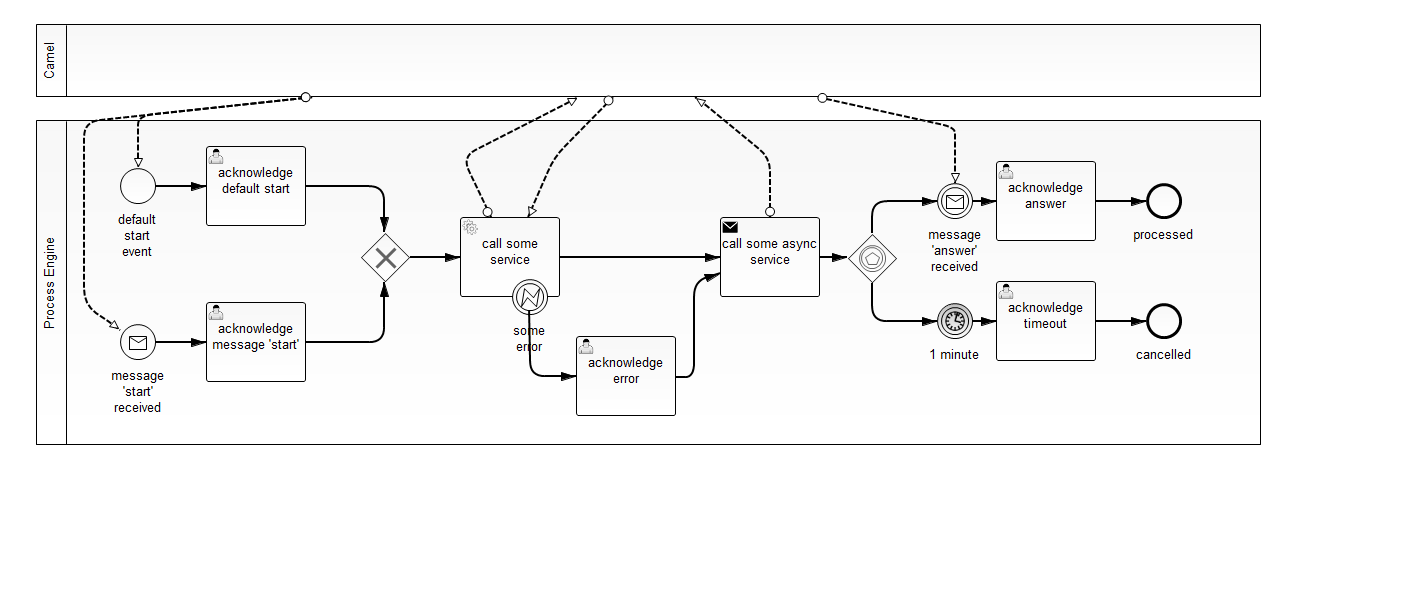
Earlier version of the BPMN export camel-use-cases/src/main/resources/camel-use-cases.png (camunda-consulting/camunda-7-code-examples). Its source is kept beside it as camel-use-cases/src/main/resources/camel-use-cases.bpmn. Ids are renumbered.
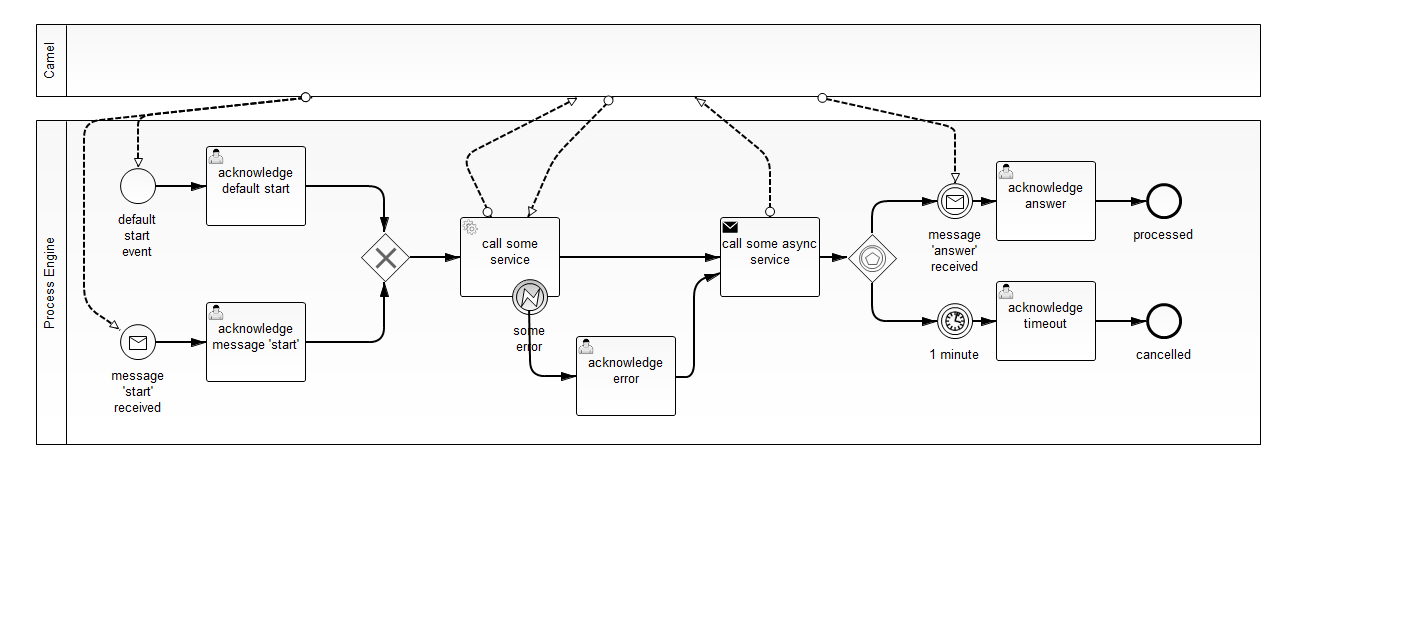
Above is the later version.

Commit message:
added readme, added routeId's, fixed error handling

What changed in the source:
```diff
@@ -1,4 +1,4 @@
-<bpmn2:definitions xmlns:xsi="http://www.w3.org/2001/XMLSchema-instance" xmlns:activiti="http://activiti.org/bpmn" xmlns:bpmn2="http://www.omg.org/spec/BPMN/20100524/MODEL" xmlns:bpmndi="http://www.omg.org/spec/BPMN/20100524/DI" xmlns:dc="http://www.omg.org/spec/DD/20100524/DC" xmlns:di="http://www.omg.org/spec/DD/20100524/DI" xsi:schemaLocation="http://www.omg.org/spec/BPMN/20100524/MODEL BPMN20.xsd" id="_EiNnUCRfEeO2cYCcDeOX2w" targetNamespace="http://activiti.org/bpmn">
+<bpmn2:definitions xmlns:xsi="http://www.w3.org/2001/XMLSchema-instance" xmlns:bpmn2="http://www.omg.org/spec/BPMN/20100524/MODEL" xmlns:bpmndi="http://www.omg.org/spec/BPMN/20100524/DI" xmlns:camunda="http://activiti.org/bpmn" xmlns:dc="http://www.omg.org/spec/DD/20100524/DC" xmlns:di="http://www.omg.org/spec/DD/20100524/DI" xsi:schemaLocation="http://www.omg.org/spec/BPMN/20100524/MODEL BPMN20.xsd" id="_EiNnUCRfEeO2cYCcDeOX2w" targetNamespace="http://activiti.org/bpmn">
   <bpmn2:collaboration id="_Collaboration_3">
     <bpmn2:participant id="camel-participant" name="Camel" processRef="Camel"/>
     <bpmn2:participant id="Participant_1" name="Process Engine" processRef="camel-use-cases"/>
@@ -18,12 +18,12 @@
     <bpmn2:startEvent id="StartEvent_2" name="default&#xD;&#xA;start&#xD;&#xA;event">
       <bpmn2:outgoing>SequenceFlow_1</bpmn2:outgoing>
     </bpmn2:startEvent>
-    <bpmn2:userTask id="UserTask_1" activiti:assignee="demo" name="acknowledge default start">
+    <bpmn2:userTask id="UserTask_1" camunda:assignee="demo" name="acknowledge default start">
       <bpmn2:incoming>SequenceFlow_1</bpmn2:incoming>
       <bpmn2:outgoing>SequenceFlow_3</bpmn2:outgoing>
     </bpmn2:userTask>
     <bpmn2:sequenceFlow id="SequenceFlow_1" sourceRef="StartEvent_2" targetRef="UserTask_1"/>
-    <bpmn2:userTask id="UserTask_2" activiti:assignee="demo" name="acknowledge message 'start'">
+    <bpmn2:userTask id="UserTask_2" camunda:assignee="demo" name="acknowledge message 'start'">
       <bpmn2:incoming>SequenceFlow_2</bpmn2:incoming>
       <bpmn2:outgoing>SequenceFlow_4</bpmn2:outgoing>
     </bpmn2:userTask>
@@ -35,17 +35,17 @@
     </bpmn2:exclusiveGateway>
     <bpmn2:sequenceFlow id="SequenceFlow_3" sourceRef="UserTask_1" targetRef="ExclusiveGateway_1"/>
     <bpmn2:sequenceFlow id="SequenceFlow_4" name="" sourceRef="UserTask_2" targetRef="ExclusiveGateway_1"/>
-    <bpmn2:serviceTask id="ServiceTask_1" activiti:expression="#{camel.sendTo('direct:syncService')}" name="call some service">
+    <bpmn2:serviceTask id="ServiceTask_1" camunda:expression="#{camel.sendTo('direct:syncService')}" name="call some service">
       <bpmn2:incoming>SequenceFlow_5</bpmn2:incoming>
       <bpmn2:outgoing>SequenceFlow_7</bpmn2:outgoing>
     </bpmn2:serviceTask>
     <bpmn2:sequenceFlow id="SequenceFlow_5" sourceRef="ExclusiveGateway_1" targetRef="ServiceTask_1"/>
-    <bpmn2:sendTask id="SendTask_1" activiti:expression="#{camel.sendTo('direct:asyncService')}" name="call some async service">
+    <bpmn2:sendTask id="SendTask_1" camunda:expression="#{camel.sendTo('direct:asyncService')}" name="call some async service">
       <bpmn2:incoming>SequenceFlow_7</bpmn2:incoming>
       <bpmn2:incoming>SequenceFlow_16</bpmn2:incoming>
       <bpmn2:outgoing>SequenceFlow_8</bpmn2:outgoing>
     </bpmn2:sendTask>
-    <bpmn2:userTask id="UserTask_3" activiti:assignee="demo" name="acknowledge error">
+    <bpmn2:userTask id="UserTask_3" camunda:assignee="demo" name="acknowledge error">
       <bpmn2:incoming>SequenceFlow_6</bpmn2:incoming>
       <bpmn2:outgoing>SequenceFlow_16</bpmn2:outgoing>
     </bpmn2:userTask>
@@ -75,7 +75,7 @@
     </bpmn2:intermediateCatchEvent>
     <bpmn2:sequenceFlow id="SequenceFlow_9" name="" sourceRef="EventBasedGateway_1" targetRef="IntermediateCatchEvent_1"/>
     <bpmn2:sequenceFlow id="SequenceFlow_10" name="" sourceRef="EventBasedGateway_1" targetRef="IntermediateCatchEvent_2"/>
-    <bpmn2:userTask id="UserTask_4" activiti:assignee="demo" name="acknowledge timeout">
+    <bpmn2:userTask id="UserTask_4" camunda:assignee="demo" name="acknowledge timeout">
       <bpmn2:incoming>SequenceFlow_11</bpmn2:incoming>
       <bpmn2:outgoing>SequenceFlow_13</bpmn2:outgoing>
     </bpmn2:userTask>
@@ -84,7 +84,7 @@
       <bpmn2:incoming>SequenceFlow_13</bpmn2:incoming>
     </bpmn2:endEvent>
     <bpmn2:sequenceFlow id="SequenceFlow_13" sourceRef="UserTask_4" targetRef="EndEvent_2"/>
-    <bpmn2:userTask id="UserTask_5" activiti:assignee="demo" name="acknowledge answer">
+    <bpmn2:userTask id="UserTask_5" camunda:assignee="demo" name="acknowledge answer">
       <bpmn2:incoming>SequenceFlow_14</bpmn2:incoming>
       <bpmn2:outgoing>SequenceFlow_15</bpmn2:outgoing>
     </bpmn2:userTask>
```
